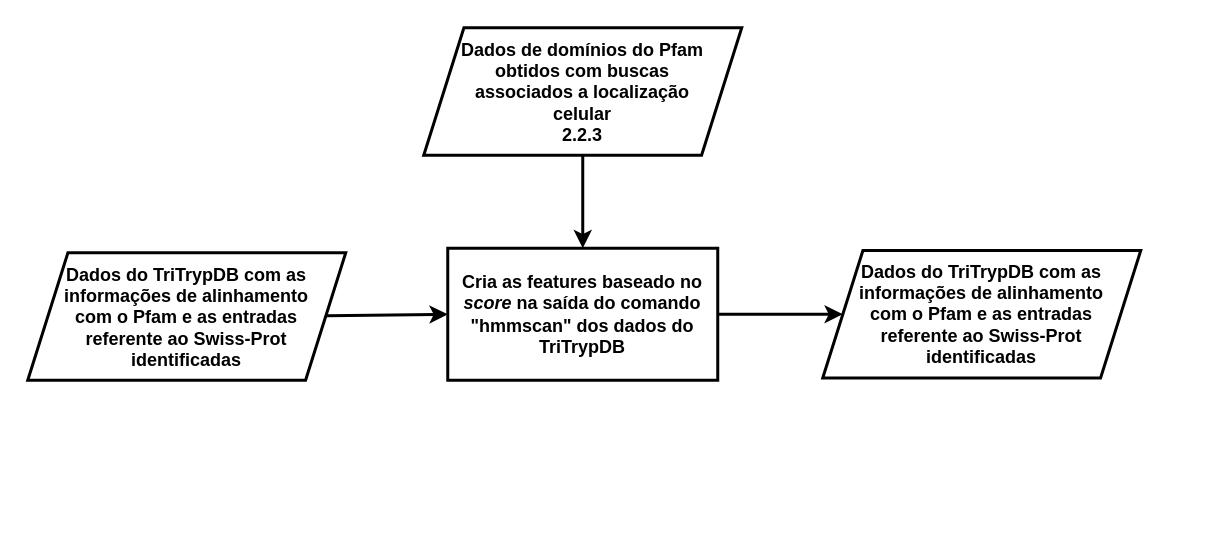
msreis/Multiresolution-nuclear-protein-classifier keeps this draw.io diagram as src/diagrama_prep_dados.drawio. Above is the earlier version. Source tidied: cells renumbered, new cells numbered last; positions are measured from the earlier drawing's top-left corner, leaving out a move shared by most shapes. Both pictures are drawn from the tidied source at 150%, with x=0, y=0 at pixel (27, 27).
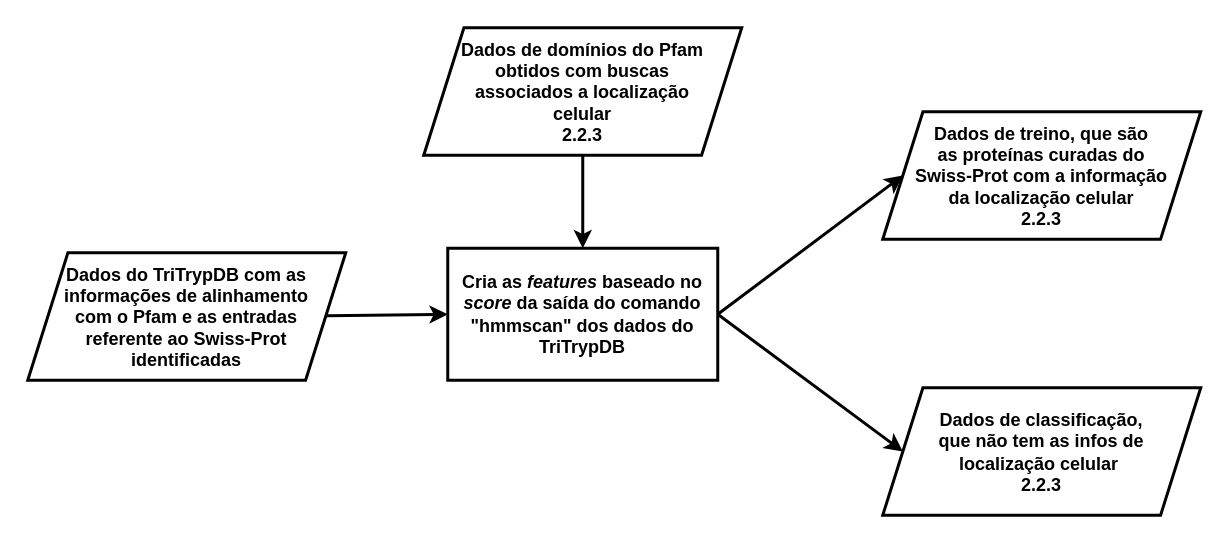
The same page after the edit.

What changed in the source:
```diff
@@
 <mxGraphModel>
   <root>
     <mxCell id="0" />
     <mxCell id="1" parent="0" />
     <mxCell id="2" value="&lt;b&gt;Dados de domínios do Pfam&lt;br&gt;obtidos com buscas&lt;br&gt;associados a localização&lt;br&gt;celular&lt;br&gt;2.2.3&lt;br&gt;&lt;/b&gt;" style="shape=parallelogram;perimeter=parallelogramPerimeter;whiteSpace=wrap;html=1;strokeWidth=2;fillColor=#ffffff;fontSize=12;size=0.12631578947368421;" parent="1" vertex="1">
       <mxGeometry x="264" width="212" height="85" as="geometry" />
     </mxCell>
     <mxCell id="3" value="&lt;b&gt;Dados do TriTrypDB com&amp;nbsp;&lt;/b&gt;&lt;b&gt;as informações de alinhamento&lt;br&gt;com o Pfam e as&amp;nbsp;&lt;/b&gt;&lt;b&gt;entradas&lt;br&gt;referente ao Swiss-Prot identificadas&lt;br&gt;&lt;/b&gt;" style="shape=parallelogram;perimeter=parallelogramPerimeter;whiteSpace=wrap;html=1;strokeWidth=2;fillColor=#ffffff;fontSize=12;size=0.12631578947368421;" parent="1" vertex="1">
       <mxGeometry y="150" width="212" height="85" as="geometry" />
     </mxCell>
     <mxCell id="4" style="endArrow=classic;html=1;fontSize=12;strokeWidth=2;exitX=1;exitY=0.5;exitDx=0;exitDy=0;entryX=0;entryY=0.5;entryDx=0;entryDy=0;" parent="1" edge="1" target="5">
       <mxGeometry relative="1" as="geometry">
         <mxPoint x="199.5" y="192" as="sourcePoint" />
       </mxGeometry>
     </mxCell>
-    <mxCell id="5" value="&lt;b&gt;Cria as features baseado no &lt;i&gt;score&lt;/i&gt;&amp;nbsp;na saída do comando &quot;hmmscan&quot; dos dados do TriTrypDB&lt;br&gt;&lt;/b&gt;" style="rounded=0;whiteSpace=wrap;html=1;fontSize=12;fillColor=#ffffff;strokeWidth=2;" parent="1" vertex="1">
+    <mxCell id="5" value="&lt;b&gt;Cria as &lt;i&gt;features &lt;/i&gt;baseado no &lt;i&gt;score&lt;/i&gt;&amp;nbsp;da saída do comando &quot;hmmscan&quot; dos dados do TriTrypDB&lt;br&gt;&lt;/b&gt;" style="rounded=0;whiteSpace=wrap;html=1;fontSize=12;fillColor=#ffffff;strokeWidth=2;" parent="1" vertex="1">
       <mxGeometry x="280" y="147" width="180" height="88" as="geometry" />
     </mxCell>
     <mxCell id="6" style="endArrow=classic;html=1;fontSize=12;strokeWidth=2;exitX=0.5;exitY=1;exitDx=0;exitDy=0;entryX=0.5;entryY=0;entryDx=0;entryDy=0;" parent="1" edge="1" source="2" target="5">
       <mxGeometry relative="1" as="geometry" />
     </mxCell>
-    <mxCell id="7" value="&lt;b&gt;Dados do TriTrypDB com&amp;nbsp;&lt;/b&gt;&lt;b&gt;as informações de alinhamento&lt;br&gt;com o Pfam e as&amp;nbsp;&lt;/b&gt;&lt;b&gt;entradas&lt;br&gt;referente ao Swiss-Prot identificadas&lt;br&gt;&lt;/b&gt;" style="shape=parallelogram;perimeter=parallelogramPerimeter;whiteSpace=wrap;html=1;strokeWidth=2;fillColor=#ffffff;fontSize=12;size=0.12631578947368421;" parent="1" vertex="1">
-      <mxGeometry x="530" y="148.5" width="212" height="85" as="geometry" />
+    <mxCell id="7" value="&lt;b&gt;Dados de treino, que são&lt;br&gt;as proteínas curadas do&lt;br&gt;Swiss-Prot com a informação&lt;br&gt;da localização celular&lt;br&gt;2.2.3&lt;br&gt;&lt;/b&gt;" style="shape=parallelogram;perimeter=parallelogramPerimeter;whiteSpace=wrap;html=1;strokeWidth=2;fillColor=#ffffff;fontSize=12;size=0.12631578947368421;" parent="1" vertex="1">
+      <mxGeometry x="570" y="56" width="212" height="85" as="geometry" />
     </mxCell>
-    <mxCell id="8" style="endArrow=classic;html=1;fontSize=12;strokeWidth=2;entryX=0;entryY=0.5;entryDx=0;entryDy=0;exitX=1;exitY=0.5;exitDx=0;exitDy=0;" parent="1" edge="1" source="5" target="7">
+    <mxCell id="8" style="endArrow=classic;html=1;fontSize=12;strokeWidth=2;exitX=1;exitY=0.5;exitDx=0;exitDy=0;entryX=0;entryY=0.5;entryDx=0;entryDy=0;" parent="1" edge="1" source="5" target="7">
       <mxGeometry relative="1" as="geometry" />
     </mxCell>
+    <mxCell id="9" value="&lt;b&gt;Dados de classificação,&lt;br&gt;que não tem as infos de&lt;br&gt;localização celular&amp;nbsp;&lt;br&gt;2.2.3&lt;br&gt;&lt;/b&gt;" style="shape=parallelogram;perimeter=parallelogramPerimeter;whiteSpace=wrap;html=1;strokeWidth=2;fillColor=#ffffff;fontSize=12;size=0.12631578947368421;" parent="1" vertex="1">
+      <mxGeometry x="570" y="240" width="212" height="85" as="geometry" />
+    </mxCell>
+    <mxCell id="10" style="endArrow=classic;html=1;fontSize=12;strokeWidth=2;exitX=1;exitY=0.5;exitDx=0;exitDy=0;entryX=0;entryY=0.5;entryDx=0;entryDy=0;" parent="1" edge="1" source="5" target="9">
+      <mxGeometry relative="1" as="geometry" />
+    </mxCell>
   </root>
 </mxGraphModel>
```
